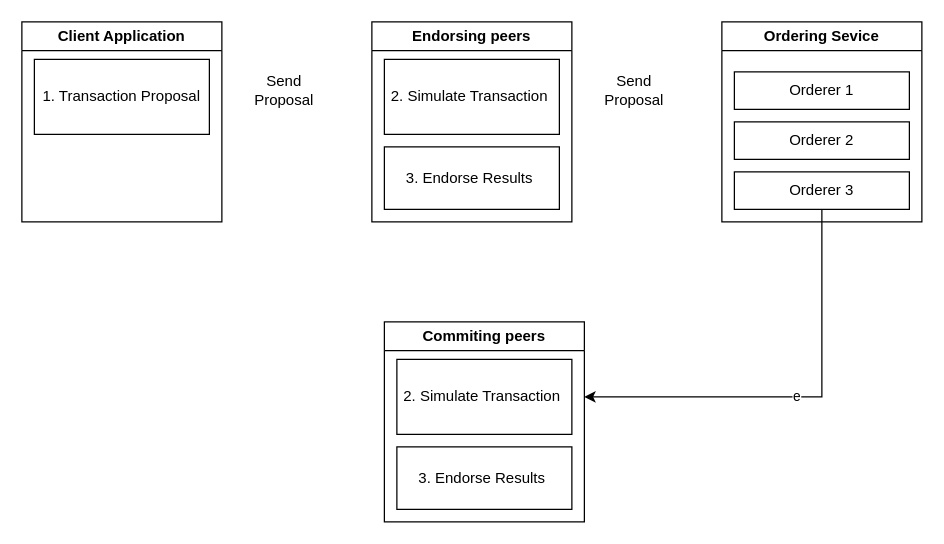
SifisoMzansi/architecture-diagrams keeps this draw.io diagram as HypeledgerFabricTransactionFlow.drawio. Above is the earlier version. Source tidied: cells renumbered, new cells numbered last; positions are measured from the earlier drawing's top-left corner, leaving out a move shared by most shapes. Both pictures are drawn from the tidied source at 125%, with x=0, y=0 at pixel (21, 21).
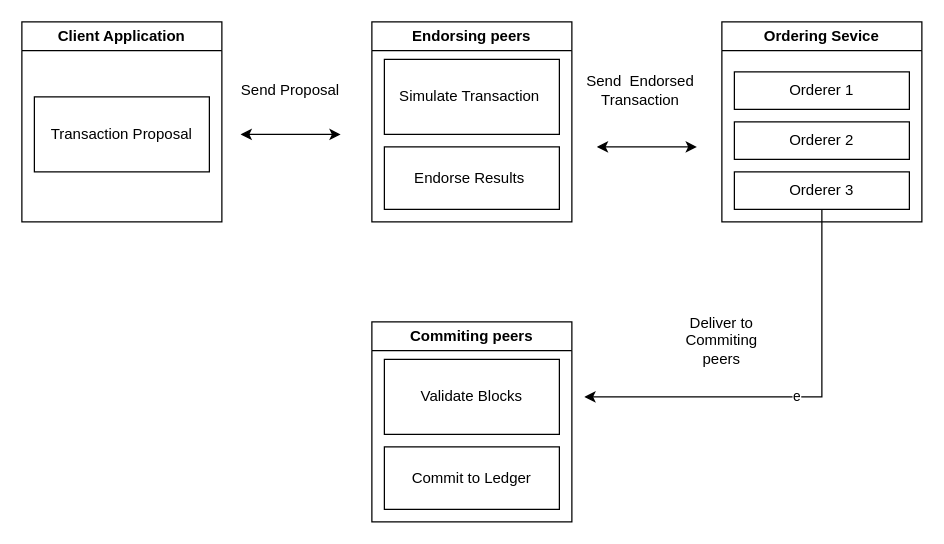
The same page after the edit.

Unchanged cells that the change refers to:
```xml
<mxCell id="2" value="Client Application" style="swimlane;whiteSpace=wrap;html=1;" parent="1" vertex="1">
  <mxGeometry width="160" height="160" as="geometry" />
</mxCell>
<mxCell id="5" value="Endorsing peers" style="swimlane;whiteSpace=wrap;html=1;startSize=23;" parent="1" vertex="1">
  <mxGeometry x="280" width="160" height="160" as="geometry" />
</mxCell>
```

Change to the diagram source:
```diff
@@
-    <mxCell id="3" value="1. Transaction Proposal" style="whiteSpace=wrap;html=1;" parent="2" vertex="1">
-      <mxGeometry x="10" y="30" width="140" height="60" as="geometry" />
+    <mxCell id="3" value="Transaction Proposal" style="whiteSpace=wrap;html=1;" parent="2" vertex="1">
+      <mxGeometry x="10" y="60" width="140" height="60" as="geometry" />
     </mxCell>
     <mxCell id="4" value="Send Proposal" style="text;html=1;whiteSpace=wrap;strokeColor=none;fillColor=none;align=center;verticalAlign=middle;rounded=0;" parent="1" vertex="1">
-      <mxGeometry x="180" y="40" width="60" height="30" as="geometry" />
+      <mxGeometry x="170" y="40" width="90" height="30" as="geometry" />
     </mxCell>
@@
-    <mxCell id="6" value="2. Simulate Transaction&amp;nbsp;" style="whiteSpace=wrap;html=1;" parent="5" vertex="1">
+    <mxCell id="6" value="Simulate Transaction&amp;nbsp;" style="whiteSpace=wrap;html=1;" parent="5" vertex="1">
       <mxGeometry x="10" y="30" width="140" height="60" as="geometry" />
     </mxCell>
-    <mxCell id="7" value="3. Endorse Results&amp;nbsp;" style="whiteSpace=wrap;html=1;" parent="5" vertex="1">
+    <mxCell id="7" value="Endorse Results&amp;nbsp;" style="whiteSpace=wrap;html=1;" parent="5" vertex="1">
       <mxGeometry x="10" y="100" width="140" height="50" as="geometry" />
     </mxCell>
-    <mxCell id="8" value="Send Proposal" style="text;html=1;whiteSpace=wrap;strokeColor=none;fillColor=none;align=center;verticalAlign=middle;rounded=0;" parent="1" vertex="1">
-      <mxGeometry x="460" y="40" width="60" height="30" as="geometry" />
+    <mxCell id="8" value="Send&amp;nbsp; Endorsed Transaction" style="text;html=1;whiteSpace=wrap;strokeColor=none;fillColor=none;align=center;verticalAlign=middle;rounded=0;" parent="1" vertex="1">
+      <mxGeometry x="450" y="40" width="90" height="30" as="geometry" />
     </mxCell>
@@
     <mxCell id="14" value="Commiting peers" style="swimlane;whiteSpace=wrap;html=1;startSize=23;" parent="1" vertex="1">
-      <mxGeometry x="290" y="240" width="160" height="160" as="geometry" />
+      <mxGeometry x="280" y="240" width="160" height="160" as="geometry" />
     </mxCell>
-    <mxCell id="15" value="2. Simulate Transaction&amp;nbsp;" style="whiteSpace=wrap;html=1;" parent="14" vertex="1">
+    <mxCell id="15" value="Validate Blocks" style="whiteSpace=wrap;html=1;" parent="14" vertex="1">
       <mxGeometry x="10" y="30" width="140" height="60" as="geometry" />
     </mxCell>
-    <mxCell id="16" value="3. Endorse Results&amp;nbsp;" style="whiteSpace=wrap;html=1;" parent="14" vertex="1">
+    <mxCell id="16" value="Commit to Ledger" style="whiteSpace=wrap;html=1;" parent="14" vertex="1">
       <mxGeometry x="10" y="100" width="140" height="50" as="geometry" />
     </mxCell>
+    <mxCell id="17" style="endArrow=classic;startArrow=classic;html=1;rounded=0;" parent="1" edge="1">
+      <mxGeometry relative="1" as="geometry">
+        <mxPoint x="175" y="90" as="sourcePoint" />
+        <mxPoint x="255" y="90" as="targetPoint" />
+      </mxGeometry>
+    </mxCell>
+    <mxCell id="18" style="endArrow=classic;startArrow=classic;html=1;rounded=0;" parent="1" edge="1">
+      <mxGeometry relative="1" as="geometry">
+        <mxPoint x="460" y="100" as="sourcePoint" />
+        <mxPoint x="540" y="100" as="targetPoint" />
+      </mxGeometry>
+    </mxCell>
+    <mxCell id="19" value="Deliver to Commiting peers" style="text;html=1;whiteSpace=wrap;strokeColor=none;fillColor=none;align=center;verticalAlign=middle;rounded=0;" parent="1" vertex="1">
+      <mxGeometry x="530" y="240" width="60" height="30" as="geometry" />
+    </mxCell>
```
